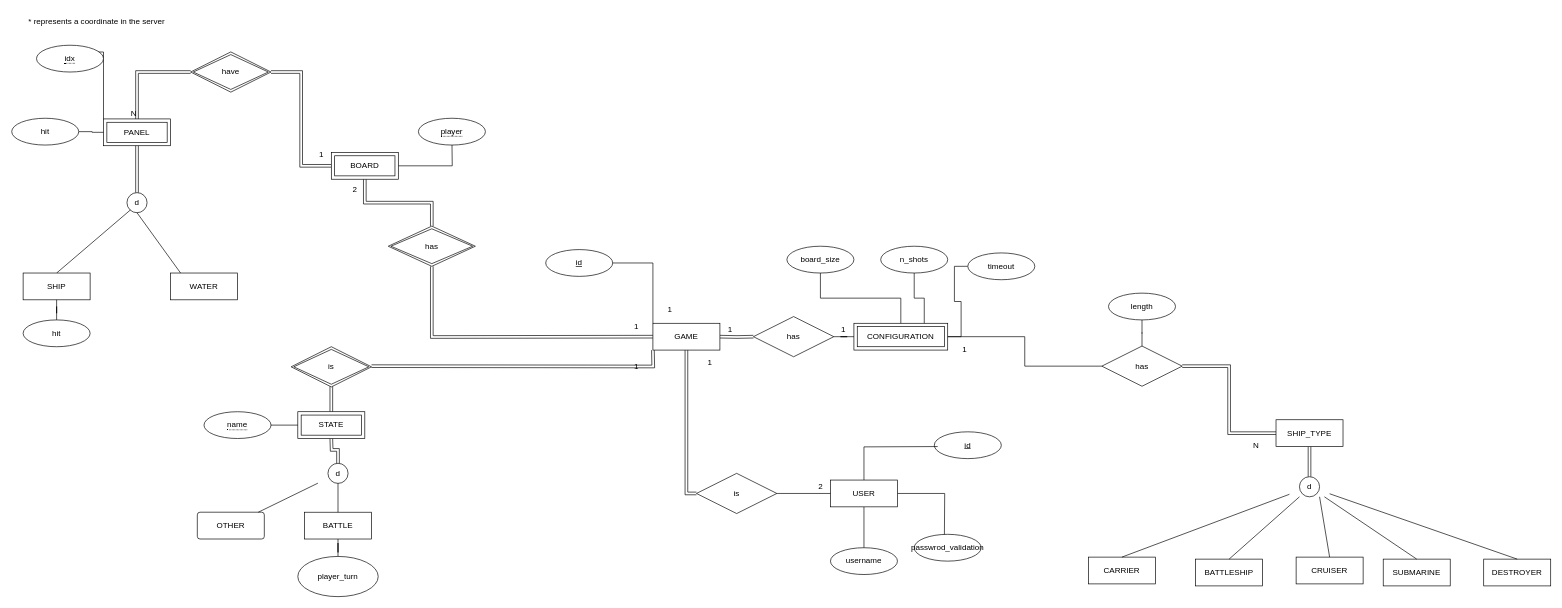
Before: code/daw-battleship-game/src/main/sql/ER_diagram.drawio in MiguelRocha2001/ISEL-DAW-Battleships-Game, a draw.io diagram. Source tidied: cells renumbered, new cells numbered last; positions are measured from the earlier drawing's top-left corner, leaving out a move shared by most shapes. Both pictures are drawn from the tidied source at 67%, with x=0, y=0 at pixel (11, 11).
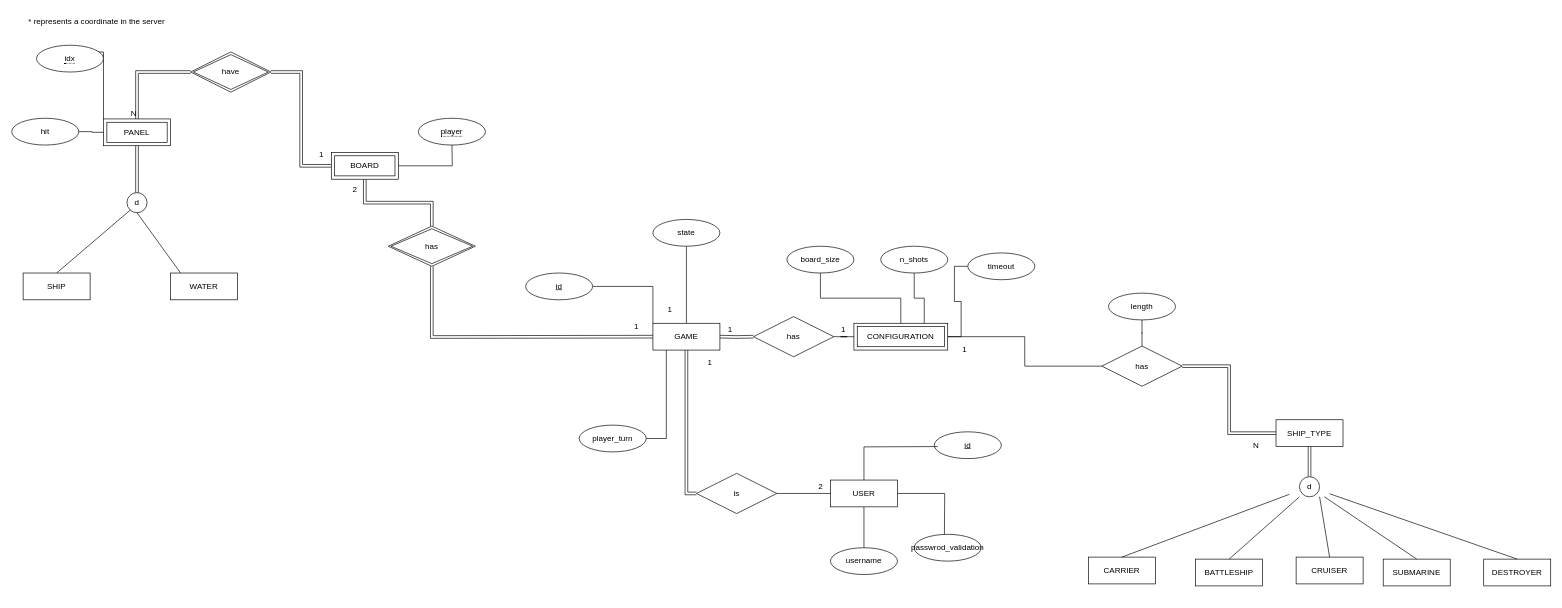
The same diagram, later.

Unchanged cells that the change refers to:
```xml
<mxCell id="52" value="SHIP" style="whiteSpace=wrap;html=1;align=center;" parent="1" vertex="1">
  <mxGeometry x="17" y="390" width="100" height="40" as="geometry" />
</mxCell>
<mxCell id="80" value="GAME" style="whiteSpace=wrap;html=1;align=center;" parent="1" vertex="1">
  <mxGeometry x="957" y="465" width="100" height="40" as="geometry" />
</mxCell>
```

What changed in the source:
```diff
@@
-    <mxCell id="69" style="edgeStyle=orthogonalEdgeStyle;rounded=0;orthogonalLoop=1;jettySize=auto;html=1;endArrow=none;endFill=0;shape=link;" parent="1" edge="1">
-      <mxGeometry relative="1" as="geometry">
-        <mxPoint x="477" y="597" as="sourcePoint" />
-        <mxPoint x="477" y="559" as="targetPoint" />
-      </mxGeometry>
-    </mxCell>
-    <mxCell id="70" style="edgeStyle=orthogonalEdgeStyle;shape=link;rounded=0;orthogonalLoop=1;jettySize=auto;html=1;entryX=0;entryY=1;entryDx=0;entryDy=0;endArrow=none;endFill=0;" parent="1" edge="1">
-      <mxGeometry relative="1" as="geometry">
-        <mxPoint x="537" y="529" as="sourcePoint" />
-        <mxPoint x="957" y="505" as="targetPoint" />
-      </mxGeometry>
-    </mxCell>
-    <mxCell id="71" style="ellipse;whiteSpace=wrap;html=1;" parent="1" vertex="1">
-      <mxGeometry x="472" y="674" width="30" height="30" as="geometry" />
-    </mxCell>
-    <mxCell id="72" style="edgeStyle=orthogonalEdgeStyle;rounded=0;jettySize=auto;html=1;entryX=0.5;entryY=1;entryDx=0;entryDy=0;endArrow=none;endFill=0;shape=link;" parent="1" edge="1" source="73">
-      <mxGeometry relative="1" as="geometry">
-        <mxPoint x="477" y="637" as="targetPoint" />
-      </mxGeometry>
-    </mxCell>
-    <mxCell id="73" value="d" style="text;html=1;strokeColor=none;fillColor=none;align=center;verticalAlign=middle;whiteSpace=wrap;rounded=0;" parent="1" vertex="1">
-      <mxGeometry x="457" y="674" width="60" height="30" as="geometry" />
-    </mxCell>
-    <mxCell id="74" style="edgeStyle=orthogonalEdgeStyle;rounded=0;jettySize=auto;html=1;endArrow=none;endFill=0;" parent="1" edge="1" source="75" target="84">
-      <mxGeometry relative="1" as="geometry" />
-    </mxCell>
-    <mxCell id="75" value="BATTLE" style="whiteSpace=wrap;html=1;align=center;" parent="1" vertex="1">
-      <mxGeometry x="437" y="747" width="100" height="40" as="geometry" />
-    </mxCell>
-    <mxCell id="76" style="endArrow=none;html=1;rounded=0;exitX=0.5;exitY=0;exitDx=0;exitDy=0;" parent="1" edge="1" source="75" target="73">
-      <mxGeometry relative="1" as="geometry" />
-    </mxCell>
-    <mxCell id="77" value="1" style="text;html=1;align=center;verticalAlign=middle;strokeColor=none;fillColor=none;" parent="1" vertex="1">
-      <mxGeometry x="917" y="514" width="30" height="30" as="geometry" />
-    </mxCell>
@@
+    <mxCell id="95" style="edgeStyle=orthogonalEdgeStyle;rounded=0;jettySize=auto;html=1;endArrow=none;endFill=0;" parent="1" edge="1" source="80" target="97">
+      <mxGeometry relative="1" as="geometry" />
+    </mxCell>
+    <mxCell id="96" style="edgeStyle=orthogonalEdgeStyle;rounded=0;jettySize=auto;html=1;endArrow=none;endFill=0;" parent="1" edge="1" source="80" target="84">
+      <mxGeometry relative="1" as="geometry">
+        <Array as="points">
+          <mxPoint x="977" y="637" />
+        </Array>
+      </mxGeometry>
+    </mxCell>
@@
     <mxCell id="82" value="id" style="ellipse;whiteSpace=wrap;html=1;align=center;fontStyle=4;" parent="1" vertex="1">
-      <mxGeometry x="797" y="355" width="100" height="40" as="geometry" />
+      <mxGeometry x="767" y="390" width="100" height="40" as="geometry" />
     </mxCell>
@@
+    <mxCell id="85" value="&lt;span style=&quot;border-bottom: 1px dotted&quot;&gt;player&lt;/span&gt;" style="ellipse;whiteSpace=wrap;html=1;align=center;" parent="1" vertex="1">
+      <mxGeometry x="607" y="159" width="100" height="40" as="geometry" />
+    </mxCell>
+    <mxCell id="88" value="&lt;span style=&quot;border-bottom: 1px dotted&quot;&gt;idx&lt;/span&gt;" style="ellipse;whiteSpace=wrap;html=1;align=center;" parent="1" vertex="1">
+      <mxGeometry x="37" y="50" width="100" height="40" as="geometry" />
+    </mxCell>
+    <mxCell id="97" value="state" style="ellipse;whiteSpace=wrap;html=1;align=center;" parent="1" vertex="1">
+      <mxGeometry x="957" y="310" width="100" height="40" as="geometry" />
+    </mxCell>
-    <mxCell id="84" value="player_turn" style="ellipse;whiteSpace=wrap;html=1;" parent="1" vertex="1">
-      <mxGeometry x="427" y="813" width="120" height="60" as="geometry" />
+    <mxCell id="84" value="player_turn" style="ellipse;whiteSpace=wrap;html=1;align=center;" parent="1" vertex="1">
+      <mxGeometry x="847" y="617" width="100" height="40" as="geometry" />
     </mxCell>
-    <mxCell id="85" value="&lt;span style=&quot;border-bottom: 1px dotted&quot;&gt;player&lt;/span&gt;" style="ellipse;whiteSpace=wrap;html=1;align=center;" parent="1" vertex="1">
-      <mxGeometry x="607" y="159" width="100" height="40" as="geometry" />
-    </mxCell>
-    <mxCell id="86" style="edgeStyle=orthogonalEdgeStyle;rounded=0;jettySize=auto;html=1;endArrow=none;endFill=0;" parent="1" edge="1" source="87" target="52">
-      <mxGeometry relative="1" as="geometry" />
-    </mxCell>
-    <mxCell id="87" value="hit" style="ellipse;whiteSpace=wrap;html=1;align=center;" parent="1" vertex="1">
-      <mxGeometry x="17" y="460" width="100" height="40" as="geometry" />
-    </mxCell>
-    <mxCell id="88" value="&lt;span style=&quot;border-bottom: 1px dotted&quot;&gt;idx&lt;/span&gt;" style="ellipse;whiteSpace=wrap;html=1;align=center;" parent="1" vertex="1">
-      <mxGeometry x="37" y="50" width="100" height="40" as="geometry" />
-    </mxCell>
-    <mxCell id="89" value="STATE" style="shape=ext;margin=3;double=1;whiteSpace=wrap;html=1;align=center;" parent="1" vertex="1">
-      <mxGeometry x="427" y="597" width="100" height="40" as="geometry" />
-    </mxCell>
-    <mxCell id="90" style="edgeStyle=orthogonalEdgeStyle;rounded=0;jettySize=auto;html=1;endArrow=none;endFill=0;" parent="1" edge="1" source="91" target="89">
-      <mxGeometry relative="1" as="geometry" />
-    </mxCell>
-    <mxCell id="91" value="&lt;span style=&quot;border-bottom: 1px dotted&quot;&gt;name&lt;/span&gt;" style="ellipse;whiteSpace=wrap;html=1;align=center;" parent="1" vertex="1">
-      <mxGeometry x="287" y="597" width="100" height="40" as="geometry" />
-    </mxCell>
-    <mxCell id="92" value="is" style="shape=rhombus;double=1;perimeter=rhombusPerimeter;whiteSpace=wrap;html=1;align=center;" parent="1" vertex="1">
-      <mxGeometry x="417" y="500" width="120" height="60" as="geometry" />
-    </mxCell>
-    <mxCell id="93" value="OTHER" style="rounded=1;arcSize=10;whiteSpace=wrap;html=1;align=center;" parent="1" vertex="1">
-      <mxGeometry x="277" y="747" width="100" height="40" as="geometry" />
-    </mxCell>
-    <mxCell id="94" style="endArrow=none;html=1;rounded=0;" parent="1" edge="1" source="93" target="73">
-      <mxGeometry relative="1" as="geometry" />
-    </mxCell>
```
